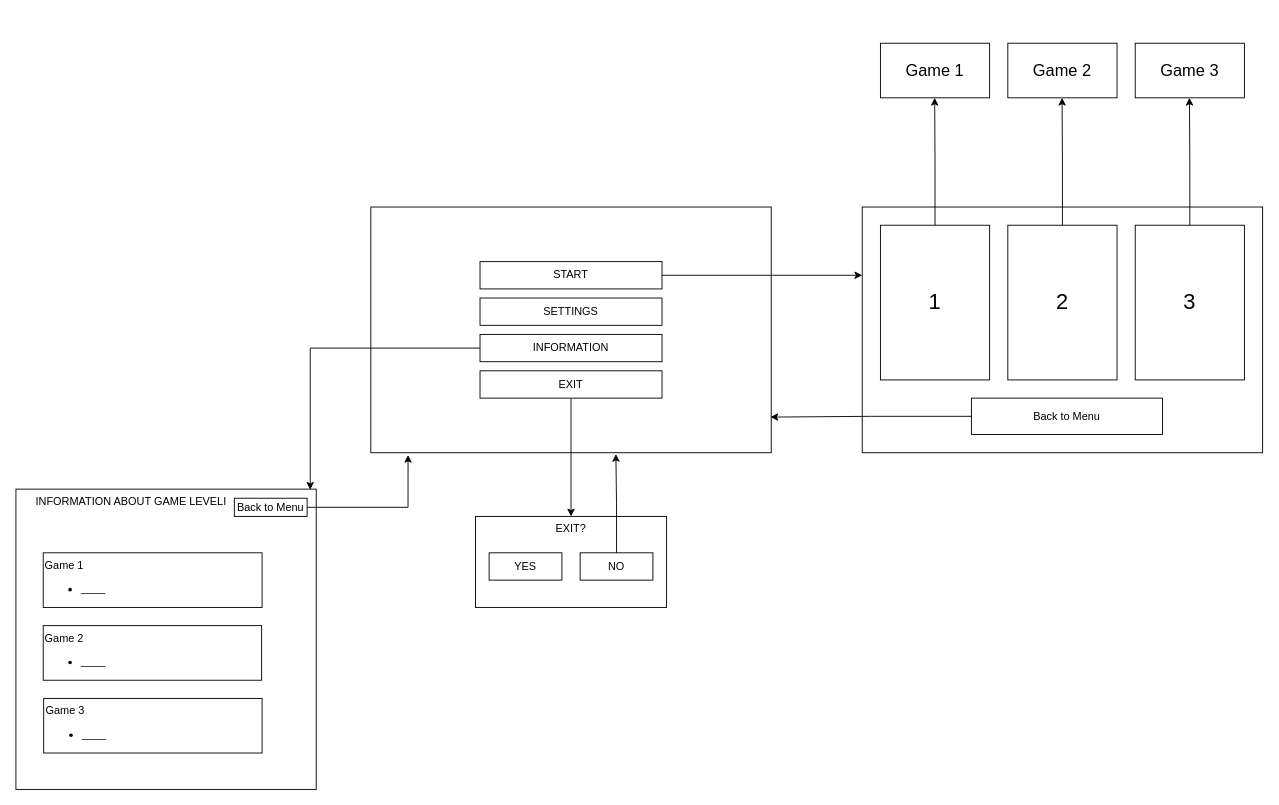
This is Діаграма без назви.drawio from AnnaLiulkova/picture32, a draw.io file, before an edit. Source tidied: cells renumbered, new cells numbered last; positions are measured from the earlier drawing's top-left corner, leaving out a move shared by most shapes. Both pictures are drawn from the tidied source at 91%, with x=0, y=0 at pixel (15, 43).
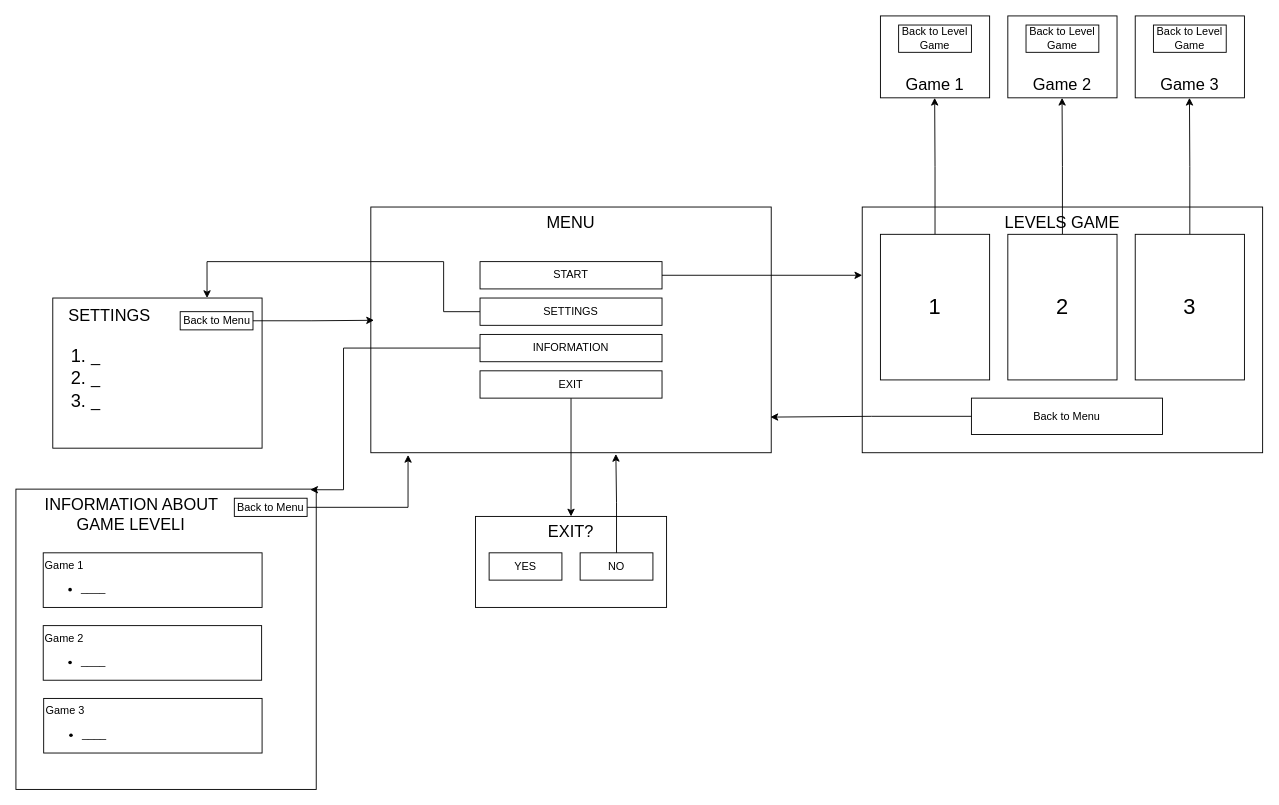
After the change.

The change refers to these unchanged cells:
```xml
<mxCell id="4" value="SETTINGS" style="rounded=0;whiteSpace=wrap;html=1;" parent="1" vertex="1">
  <mxGeometry x="510" y="280" width="200" height="30" as="geometry" />
</mxCell>
<mxCell id="5" value="INFORMATION" style="rounded=0;whiteSpace=wrap;html=1;" parent="1" vertex="1">
  <mxGeometry x="510" y="320" width="200" height="30" as="geometry" />
</mxCell>
```

Change to the diagram source:
```diff
@@
-    <mxCell id="2" style="rounded=0;whiteSpace=wrap;html=1;" parent="1" vertex="1">
+    <mxCell id="2" value="&lt;font style=&quot;font-size: 18px;&quot;&gt;MENU&lt;/font&gt;" style="rounded=0;whiteSpace=wrap;html=1;verticalAlign=top;" parent="1" vertex="1">
       <mxGeometry x="390" y="180" width="440" height="270" as="geometry" />
     </mxCell>
@@
+    <mxCell id="33" style="edgeStyle=orthogonalEdgeStyle;rounded=0;jettySize=auto;html=1;exitX=0;exitY=0.5;exitDx=0;exitDy=0;entryX=0.737;entryY=0;entryDx=0;entryDy=0;entryPerimeter=0;" parent="1" edge="1" source="4" target="37">
+      <mxGeometry relative="1" as="geometry">
+        <Array as="points">
+          <mxPoint x="470" y="295" />
+          <mxPoint x="470" y="240" />
+          <mxPoint x="210" y="240" />
+        </Array>
+      </mxGeometry>
+    </mxCell>
@@
-    <mxCell id="9" style="rounded=0;whiteSpace=wrap;html=1;" parent="1" vertex="1">
+    <mxCell id="9" value="&lt;font style=&quot;font-size: 18px;&quot;&gt;LEVELS GAME&lt;/font&gt;" style="rounded=0;whiteSpace=wrap;html=1;verticalAlign=top;" parent="1" vertex="1">
       <mxGeometry x="930" y="180" width="440" height="270" as="geometry" />
     </mxCell>
@@
     <mxCell id="11" value="&lt;font style=&quot;font-size: 24px;&quot;&gt;1&lt;/font&gt;" style="rounded=0;whiteSpace=wrap;html=1;" parent="1" vertex="1">
-      <mxGeometry x="950" y="200" width="120" height="170" as="geometry" />
+      <mxGeometry x="950" y="210" width="120" height="160" as="geometry" />
     </mxCell>
@@
     <mxCell id="13" value="&lt;font style=&quot;font-size: 24px;&quot;&gt;2&lt;/font&gt;" style="rounded=0;whiteSpace=wrap;html=1;" parent="1" vertex="1">
-      <mxGeometry x="1090" y="200" width="120" height="170" as="geometry" />
+      <mxGeometry x="1090" y="210" width="120" height="160" as="geometry" />
     </mxCell>
@@
     <mxCell id="15" value="&lt;font style=&quot;font-size: 24px;&quot;&gt;3&lt;/font&gt;" style="rounded=0;whiteSpace=wrap;html=1;" parent="1" vertex="1">
-      <mxGeometry x="1230" y="200" width="120" height="170" as="geometry" />
+      <mxGeometry x="1230" y="210" width="120" height="160" as="geometry" />
     </mxCell>
@@
-    <mxCell id="18" value="&lt;font style=&quot;font-size: 18px;&quot;&gt;Game 1&lt;/font&gt;" style="rounded=0;whiteSpace=wrap;html=1;" parent="1" vertex="1">
-      <mxGeometry x="950" width="120" height="60" as="geometry" />
+    <mxCell id="18" value="&lt;font style=&quot;font-size: 18px;&quot;&gt;Game 1&lt;/font&gt;" style="rounded=0;whiteSpace=wrap;html=1;verticalAlign=bottom;" parent="1" vertex="1">
+      <mxGeometry x="950" y="-30" width="120" height="90" as="geometry" />
     </mxCell>
-    <mxCell id="19" value="&lt;span style=&quot;font-size: 18px;&quot;&gt;Game 2&lt;/span&gt;" style="rounded=0;whiteSpace=wrap;html=1;" parent="1" vertex="1">
-      <mxGeometry x="1090" width="120" height="60" as="geometry" />
+    <mxCell id="19" value="&lt;span style=&quot;font-size: 18px;&quot;&gt;Game 2&lt;/span&gt;" style="rounded=0;whiteSpace=wrap;html=1;verticalAlign=bottom;" parent="1" vertex="1">
+      <mxGeometry x="1090" y="-30" width="120" height="90" as="geometry" />
     </mxCell>
-    <mxCell id="20" value="&lt;span style=&quot;font-size: 18px;&quot;&gt;Game 3&lt;/span&gt;" style="rounded=0;whiteSpace=wrap;html=1;" parent="1" vertex="1">
-      <mxGeometry x="1230" width="120" height="60" as="geometry" />
+    <mxCell id="20" value="&lt;span style=&quot;font-size: 18px;&quot;&gt;Game 3&lt;/span&gt;" style="rounded=0;whiteSpace=wrap;html=1;verticalAlign=bottom;" parent="1" vertex="1">
+      <mxGeometry x="1230" y="-30" width="120" height="90" as="geometry" />
     </mxCell>
-    <mxCell id="21" value="EXIT?" style="rounded=0;whiteSpace=wrap;html=1;verticalAlign=top;" parent="1" vertex="1">
+    <mxCell id="21" value="&lt;font style=&quot;font-size: 18px;&quot;&gt;EXIT?&lt;/font&gt;" style="rounded=0;whiteSpace=wrap;html=1;verticalAlign=top;" parent="1" vertex="1">
       <mxGeometry x="505" y="520" width="210" height="100" as="geometry" />
     </mxCell>
@@
-    <mxCell id="25" value="&amp;nbsp; &amp;nbsp; &amp;nbsp; INFORMATION ABOUT GAME LEVELІ" style="whiteSpace=wrap;html=1;verticalAlign=top;align=left;" parent="1" vertex="1">
+    <mxCell id="25" value="&lt;font style=&quot;font-size: 18px;&quot;&gt;&amp;nbsp; &amp;nbsp; &amp;nbsp; INFORMATION ABOUT&amp;nbsp;&lt;/font&gt;&lt;div&gt;&lt;font style=&quot;font-size: 18px;&quot;&gt;&amp;nbsp; &amp;nbsp; &amp;nbsp; &amp;nbsp; &amp;nbsp; &amp;nbsp; &amp;nbsp;GAME LEVELІ&lt;/font&gt;&lt;/div&gt;" style="whiteSpace=wrap;html=1;verticalAlign=top;align=left;" parent="1" vertex="1">
       <mxGeometry y="490" width="330" height="330" as="geometry" />
     </mxCell>
@@
     <mxCell id="29" style="edgeStyle=orthogonalEdgeStyle;rounded=0;jettySize=auto;html=1;exitX=0;exitY=0.5;exitDx=0;exitDy=0;entryX=0.98;entryY=0.002;entryDx=0;entryDy=0;entryPerimeter=0;" parent="1" edge="1" source="5" target="25">
-      <mxGeometry relative="1" as="geometry" />
+      <mxGeometry relative="1" as="geometry">
+        <Array as="points">
+          <mxPoint x="360" y="335" />
+          <mxPoint x="360" y="491" />
+        </Array>
+      </mxGeometry>
     </mxCell>
@@
+    <mxCell id="34" value="Back to Level Game" style="rounded=0;whiteSpace=wrap;html=1;" parent="1" vertex="1">
+      <mxGeometry x="970" y="-20" width="80" height="30" as="geometry" />
+    </mxCell>
+    <mxCell id="35" value="Back to Level Game" style="rounded=0;whiteSpace=wrap;html=1;" parent="1" vertex="1">
+      <mxGeometry x="1110" y="-20" width="80" height="30" as="geometry" />
+    </mxCell>
+    <mxCell id="36" value="Back to Level Game" style="rounded=0;whiteSpace=wrap;html=1;" parent="1" vertex="1">
+      <mxGeometry x="1250" y="-20" width="80" height="30" as="geometry" />
+    </mxCell>
+    <mxCell id="37" value="&lt;div style=&quot;&quot;&gt;&lt;span style=&quot;font-size: 18px; background-color: transparent; color: light-dark(rgb(0, 0, 0), rgb(255, 255, 255));&quot;&gt;&amp;nbsp; &amp;nbsp;SETTINGS&lt;/span&gt;&lt;/div&gt;&lt;div style=&quot;&quot;&gt;&lt;ol&gt;&lt;li&gt;&lt;span style=&quot;font-size: 18px; background-color: transparent; color: light-dark(rgb(0, 0, 0), rgb(255, 255, 255));&quot;&gt;_&lt;/span&gt;&lt;/li&gt;&lt;li&gt;&lt;span style=&quot;font-size: 18px; background-color: transparent; color: light-dark(rgb(0, 0, 0), rgb(255, 255, 255));&quot;&gt;_&lt;/span&gt;&lt;/li&gt;&lt;li&gt;&lt;span style=&quot;font-size: 18px; background-color: transparent; color: light-dark(rgb(0, 0, 0), rgb(255, 255, 255));&quot;&gt;_&lt;/span&gt;&lt;/li&gt;&lt;/ol&gt;&lt;/div&gt;" style="rounded=0;whiteSpace=wrap;html=1;verticalAlign=top;fontSize=20;align=left;" parent="1" vertex="1">
+      <mxGeometry x="40.5" y="280" width="230" height="165" as="geometry" />
+    </mxCell>
+    <mxCell id="38" value="Back to Menu" style="rounded=0;whiteSpace=wrap;html=1;" parent="1" vertex="1">
+      <mxGeometry x="180.5" y="295" width="80" height="20" as="geometry" />
+    </mxCell>
+    <mxCell id="39" style="edgeStyle=orthogonalEdgeStyle;rounded=0;jettySize=auto;html=1;exitX=1;exitY=0.5;exitDx=0;exitDy=0;entryX=0.008;entryY=0.461;entryDx=0;entryDy=0;entryPerimeter=0;" parent="1" edge="1" source="38" target="2">
+      <mxGeometry relative="1" as="geometry" />
+    </mxCell>
```
